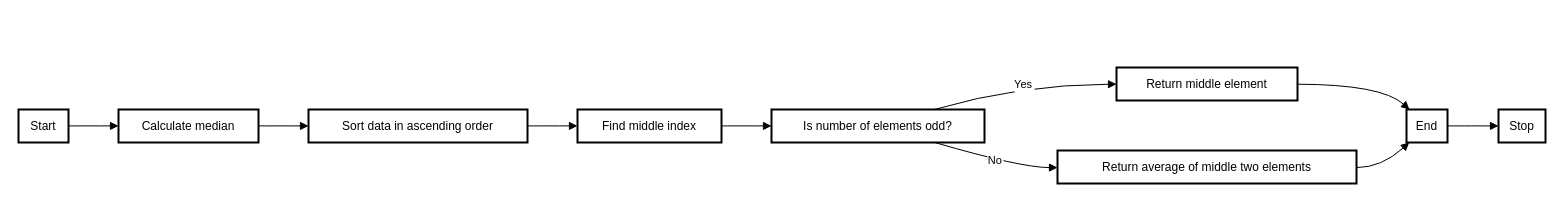
The draw.io diagram Median.drawio in Ansumanbhujabal/Blog, before the edit. Source tidied: cells renumbered, new cells numbered last; positions are measured from the earlier drawing's top-left corner, leaving out a move shared by most shapes. Both pictures are drawn from the tidied source at 100%, with x=0, y=0 at pixel (18, 67).
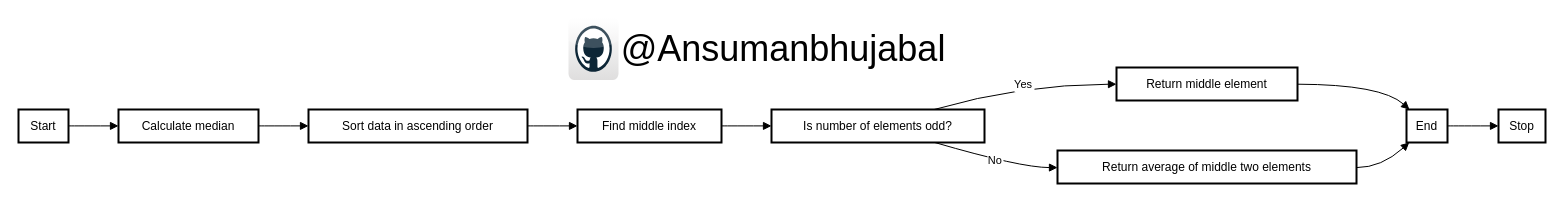
Above is the later version.

The edit, as a diff of the source:
```diff
@@
+    <mxCell id="20" style="dashed=0;html=1;align=center;labelPosition=center;verticalLabelPosition=bottom;verticalAlign=top;shape=mxgraph.webicons.github;gradientColor=#DFDEDE;" parent="1" vertex="1">
+      <mxGeometry x="550" y="-50" width="50" height="62.4" as="geometry" />
+    </mxCell>
+    <mxCell id="21" value="&lt;font style=&quot;font-size: 36px;&quot;&gt;@Ansumanbhujabal&lt;/font&gt;" style="text;strokeColor=none;align=center;fillColor=none;html=1;verticalAlign=middle;whiteSpace=wrap;rounded=0;" parent="1" vertex="1">
+      <mxGeometry x="620" y="-38.8" width="290" height="40" as="geometry" />
+    </mxCell>
```
